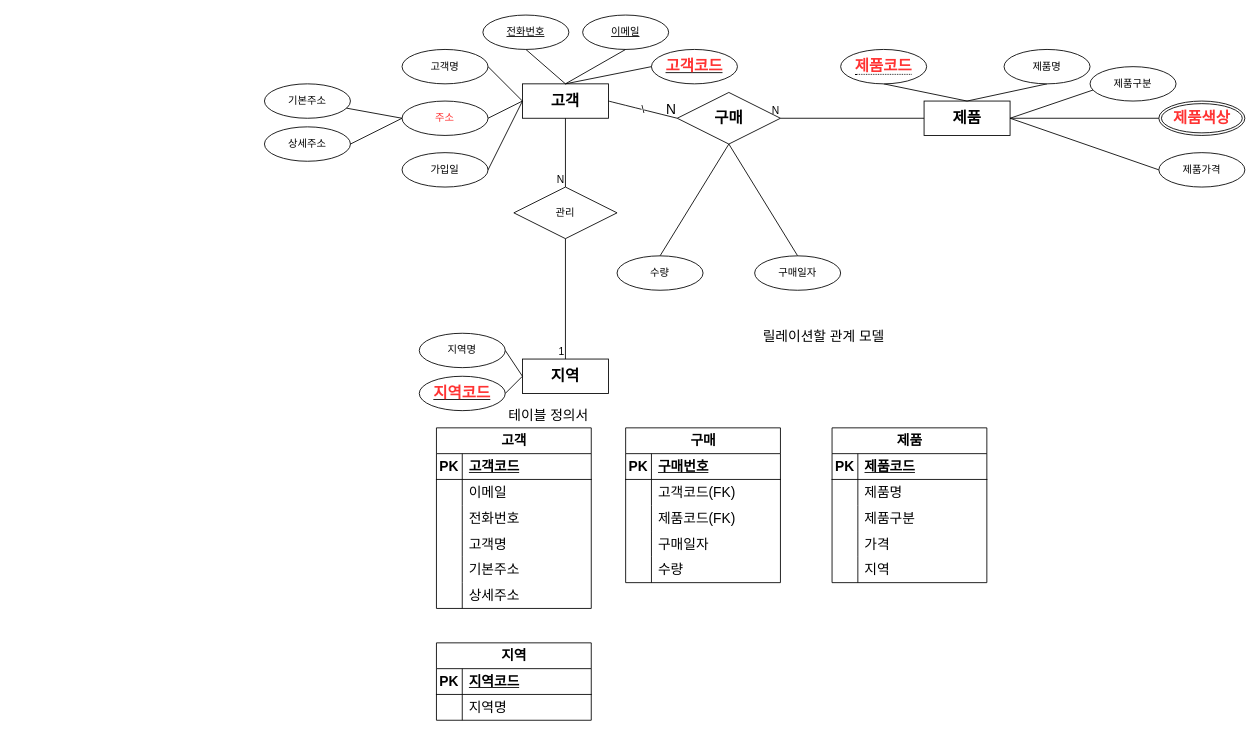
eric5621/jubilant-couscous keeps this draw.io diagram as 제목 없는 다이어그램.drawio. Above is the earlier version. Source tidied: cells renumbered, new cells numbered last; positions are measured from the earlier drawing's top-left corner, leaving out a move shared by most shapes. Both pictures are drawn from the tidied source at 86%, with x=0, y=0 at pixel (264, 15).
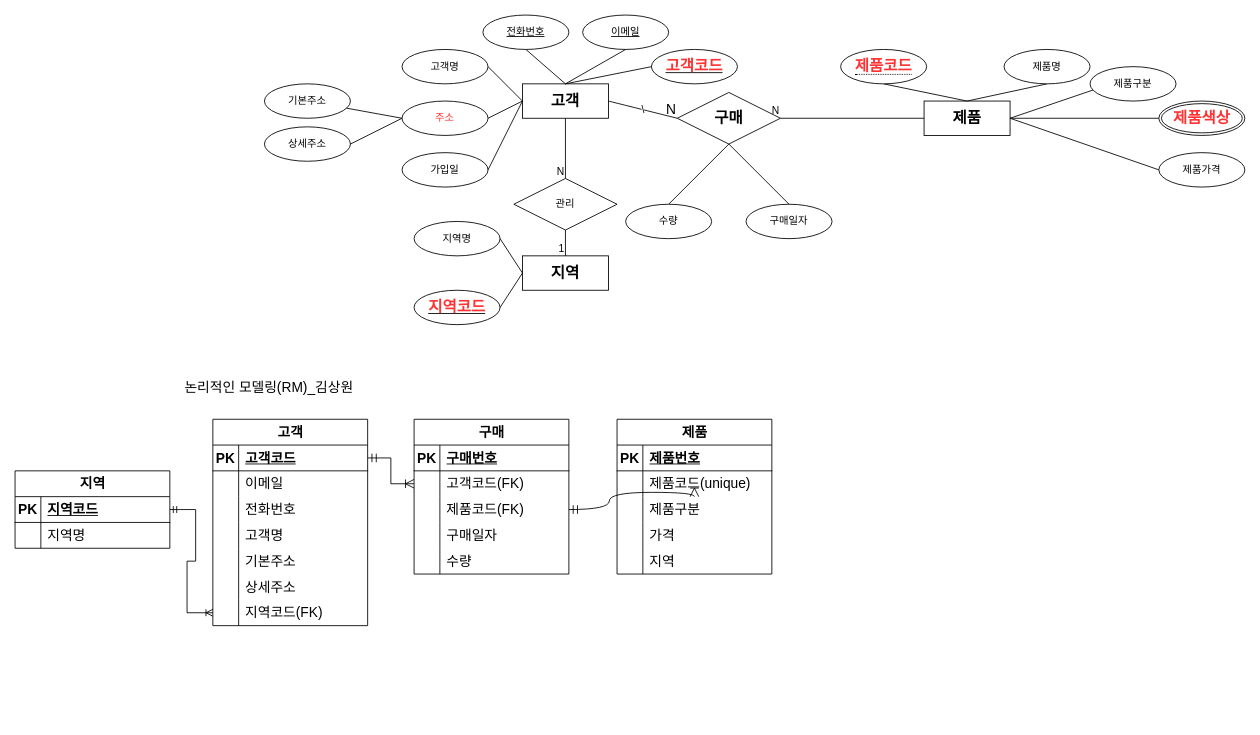
After the change.

Commit message:
제목 없는 다이어그램.drawio 업데이트

The change refers to these unchanged cells:
```xml
<mxCell id="2" value="&lt;font style=&quot;font-size: 18px;&quot;&gt;&lt;b&gt;고객&lt;/b&gt;&lt;/font&gt;" style="whiteSpace=wrap;html=1;align=center;" parent="1" vertex="1">
  <mxGeometry x="300" y="80" width="100" height="40" as="geometry" />
</mxCell>
<mxCell id="39" value="&lt;font style=&quot;font-size: 18px;&quot;&gt;&lt;b&gt;구매&lt;/b&gt;&lt;/font&gt;" style="shape=rhombus;perimeter=rhombusPerimeter;whiteSpace=wrap;html=1;align=center;" parent="1" vertex="1">
  <mxGeometry x="480" y="90" width="120" height="60" as="geometry" />
</mxCell>
<mxCell id="48" style="shape=tableRow;horizontal=0;startSize=0;swimlaneHead=0;swimlaneBody=0;fillColor=none;points=[[0,0.5],[1,0.5]];portConstraint=eastwest;top=0;left=0;right=0;bottom=1;fontSize=16;" parent="47" vertex="1">
  <mxGeometry y="30" width="180" height="30" as="geometry" />
</mxCell>
<mxCell id="69" style="shape=tableRow;horizontal=0;startSize=0;swimlaneHead=0;swimlaneBody=0;fillColor=none;top=0;left=0;right=0;bottom=1;fontSize=16;" parent="68" vertex="1">
  <mxGeometry y="30" width="180" height="30" as="geometry" />
</mxCell>
<mxCell id="72" style="shape=tableRow;horizontal=0;startSize=0;swimlaneHead=0;swimlaneBody=0;fillColor=none;top=0;left=0;right=0;bottom=0;fontSize=16;" parent="68" vertex="1">
  <mxGeometry y="60" width="180" height="30" as="geometry" />
</mxCell>
<mxCell id="75" style="shape=tableRow;horizontal=0;startSize=0;swimlaneHead=0;swimlaneBody=0;fillColor=none;points=[[0,0.5],[1,0.5]];portConstraint=eastwest;top=0;left=0;right=0;bottom=0;fontSize=16;" parent="68" vertex="1">
  <mxGeometry y="90" width="180" height="30" as="geometry" />
</mxCell>
<mxCell id="85" style="shape=tableRow;horizontal=0;startSize=0;swimlaneHead=0;swimlaneBody=0;fillColor=none;points=[[0,0.5],[1,0.5]];portConstraint=eastwest;top=0;left=0;right=0;bottom=1;fontSize=16;" parent="84" vertex="1">
  <mxGeometry y="30" width="180" height="30" as="geometry" />
</mxCell>
<mxCell id="95" style="shape=tableRow;horizontal=0;startSize=0;swimlaneHead=0;swimlaneBody=0;fillColor=none;points=[[0,0.5],[1,0.5]];portConstraint=eastwest;top=0;left=0;right=0;bottom=0;fontSize=16;" parent="91" vertex="1">
  <mxGeometry y="60" width="180" height="30" as="geometry" />
</mxCell>
<mxCell id="98" style="shape=tableRow;horizontal=0;startSize=0;swimlaneHead=0;swimlaneBody=0;fillColor=none;points=[[0,0.5],[1,0.5]];portConstraint=eastwest;top=0;left=0;right=0;bottom=0;fontSize=16;" parent="91" vertex="1">
  <mxGeometry y="90" width="180" height="30" as="geometry" />
</mxCell>
```

What changed in the source:
```diff
@@
     <mxCell id="17" value="&lt;font style=&quot;font-size: 18px;&quot;&gt;&lt;b&gt;지역&lt;/b&gt;&lt;/font&gt;" style="whiteSpace=wrap;html=1;align=center;" parent="1" vertex="1">
-      <mxGeometry x="300" y="400" width="100" height="40" as="geometry" />
+      <mxGeometry x="300" y="280" width="100" height="40" as="geometry" />
     </mxCell>
     <mxCell id="18" value="지역명" style="ellipse;whiteSpace=wrap;html=1;align=center;" parent="1" vertex="1">
-      <mxGeometry x="180" y="370" width="100" height="40" as="geometry" />
+      <mxGeometry x="174" y="240" width="100" height="40" as="geometry" />
     </mxCell>
     <mxCell id="19" value="&lt;font color=&quot;#ff3333&quot; style=&quot;font-size: 18px;&quot;&gt;&lt;b&gt;지역코드&lt;/b&gt;&lt;/font&gt;" style="ellipse;whiteSpace=wrap;html=1;align=center;fontStyle=4;" parent="1" vertex="1">
-      <mxGeometry x="180" y="420" width="100" height="40" as="geometry" />
+      <mxGeometry x="174" y="320" width="100" height="40" as="geometry" />
     </mxCell>
@@
-    <mxCell id="34" style="endArrow=none;html=1;rounded=0;exitX=0.5;exitY=1;exitDx=0;exitDy=0;" parent="1" edge="1" source="2">
-      <mxGeometry relative="1" as="geometry">
-        <mxPoint x="350" y="200" as="targetPoint" />
-      </mxGeometry>
+    <mxCell id="34" style="endArrow=none;html=1;rounded=0;exitX=0.5;exitY=1;exitDx=0;exitDy=0;entryX=0.5;entryY=0;entryDx=0;entryDy=0;" parent="1" edge="1" source="2" target="36">
+      <mxGeometry relative="1" as="geometry" />
     </mxCell>
@@
     <mxCell id="36" value="관리" style="shape=rhombus;perimeter=rhombusPerimeter;whiteSpace=wrap;html=1;align=center;" parent="1" vertex="1">
-      <mxGeometry x="290" y="200" width="120" height="60" as="geometry" />
+      <mxGeometry x="290" y="190" width="120" height="60" as="geometry" />
     </mxCell>
@@
-    <mxCell id="40" style="endArrow=none;html=1;rounded=0;exitX=0.5;exitY=1;exitDx=0;exitDy=0;" parent="1" edge="1" source="39">
-      <mxGeometry relative="1" as="geometry">
-        <mxPoint x="460" y="280" as="targetPoint" />
-      </mxGeometry>
-    </mxCell>
-    <mxCell id="41" value="수량" style="ellipse;whiteSpace=wrap;html=1;align=center;" parent="1" vertex="1">
-      <mxGeometry x="410" y="280" width="100" height="40" as="geometry" />
-    </mxCell>
@@
     <mxCell id="43" value="구매일자" style="ellipse;whiteSpace=wrap;html=1;align=center;" parent="1" vertex="1">
-      <mxGeometry x="570" y="280" width="100" height="40" as="geometry" />
+      <mxGeometry x="560" y="220" width="100" height="40" as="geometry" />
     </mxCell>
@@
     <mxCell id="47" value="고객" style="shape=table;startSize=30;childLayout=tableLayout;rowLines=0;fontStyle=1;align=center;html=1;fontSize=16;" parent="1" vertex="1">
-      <mxGeometry x="200" y="480" width="180" height="210" as="geometry" />
+      <mxGeometry x="-60" y="470" width="180" height="240" as="geometry" />
     </mxCell>
@@
-    <mxCell id="66" value="릴레이션할 관계 모델" style="text;html=1;align=center;verticalAlign=middle;strokeColor=none;fillColor=none;fontSize=16;" parent="1" vertex="1">
-      <mxGeometry x="560" y="358" width="180" height="30" as="geometry" />
-    </mxCell>
-    <mxCell id="67" value="테이블 정의서" style="text;html=1;align=center;verticalAlign=middle;strokeColor=none;fillColor=none;fontSize=16;" parent="1" vertex="1">
-      <mxGeometry x="270" y="450" width="120" height="30" as="geometry" />
-    </mxCell>
+    <mxCell id="109" style="shape=tableRow;horizontal=0;startSize=0;swimlaneHead=0;swimlaneBody=0;fillColor=none;points=[[0,0.5],[1,0.5]];portConstraint=eastwest;top=0;left=0;right=0;bottom=0;fontSize=16;" parent="47" vertex="1">
+      <mxGeometry y="210" width="180" height="30" as="geometry" />
+    </mxCell>
+    <mxCell id="110" style="shape=partialRectangle;fillColor=none;top=0;left=0;bottom=0;right=0;overflow=hidden;whiteSpace=wrap;html=1;fontSize=16;" parent="109" vertex="1">
+      <mxGeometry width="30" height="30" as="geometry" />
+    </mxCell>
+    <mxCell id="111" value="지역코드(FK)" style="shape=partialRectangle;fillColor=none;top=0;left=0;bottom=0;right=0;align=left;spacingLeft=6;overflow=hidden;whiteSpace=wrap;html=1;fontSize=16;" parent="109" vertex="1">
+      <mxGeometry x="30" width="150" height="30" as="geometry" />
+    </mxCell>
     <mxCell id="68" value="제품" style="shape=table;startSize=30;childLayout=tableLayout;rowLines=0;fontStyle=1;align=center;html=1;fontSize=16;" parent="1" vertex="1">
-      <mxGeometry x="660" y="480" width="180" height="180" as="geometry" />
+      <mxGeometry x="410" y="470" width="180" height="180" as="geometry" />
     </mxCell>
@@
-    <mxCell id="71" value="제품코드" style="shape=partialRectangle;fillColor=none;top=0;left=0;bottom=0;right=0;align=left;spacingLeft=6;fontStyle=5;overflow=hidden;whiteSpace=wrap;html=1;fontSize=16;" parent="69" vertex="1">
+    <mxCell id="71" value="제품번호" style="shape=partialRectangle;fillColor=none;top=0;left=0;bottom=0;right=0;align=left;spacingLeft=6;fontStyle=5;overflow=hidden;whiteSpace=wrap;html=1;fontSize=16;" parent="69" vertex="1">
       <mxGeometry x="30" width="150" height="30" as="geometry" />
     </mxCell>
@@
-    <mxCell id="74" value="제품명" style="shape=partialRectangle;fillColor=none;top=0;left=0;bottom=0;right=0;align=left;spacingLeft=6;overflow=hidden;whiteSpace=wrap;html=1;fontSize=16;" parent="72" vertex="1">
+    <mxCell id="74" value="제품코드(unique)" style="shape=partialRectangle;fillColor=none;top=0;left=0;bottom=0;right=0;align=left;spacingLeft=6;overflow=hidden;whiteSpace=wrap;html=1;fontSize=16;" parent="72" vertex="1">
       <mxGeometry x="30" width="150" height="30" as="geometry" />
     </mxCell>
@@
     <mxCell id="84" value="지역" style="shape=table;startSize=30;childLayout=tableLayout;rowLines=0;fontStyle=1;align=center;html=1;fontSize=16;" parent="1" vertex="1">
-      <mxGeometry x="200" y="730" width="180" height="90" as="geometry" />
+      <mxGeometry x="-290" y="530" width="180" height="90" as="geometry" />
     </mxCell>
@@
     <mxCell id="91" value="구매" style="shape=table;startSize=30;childLayout=tableLayout;rowLines=0;fontStyle=1;align=center;html=1;fontSize=16;" parent="1" vertex="1">
-      <mxGeometry x="420" y="480" width="180" height="180" as="geometry" />
+      <mxGeometry x="174" y="470" width="180" height="180" as="geometry" />
     </mxCell>
@@
+    <mxCell id="112" style="edgeStyle=orthogonalEdgeStyle;fontSize=12;html=1;endArrow=ERoneToMany;startArrow=ERmandOne;rounded=0;startSize=8;endSize=8;curved=1;exitX=1;exitY=0.5;exitDx=0;exitDy=0;" parent="1" edge="1" source="98" target="75">
+      <mxGeometry relative="1" as="geometry">
+        <Array as="points">
+          <mxPoint x="401" y="575" />
+          <mxPoint x="401" y="555" />
+        </Array>
+      </mxGeometry>
+    </mxCell>
+    <mxCell id="113" value="논리적인 모델링(RM)_김상원" style="text;html=1;align=center;verticalAlign=middle;strokeColor=none;fillColor=none;fontSize=16;" parent="1" vertex="1">
+      <mxGeometry x="-110" y="418" width="230" height="30" as="geometry" />
+    </mxCell>
+    <mxCell id="114" style="endArrow=none;html=1;rounded=0;exitX=0.5;exitY=1;exitDx=0;exitDy=0;entryX=0.5;entryY=0;entryDx=0;entryDy=0;" parent="1" edge="1" source="39" target="41">
+      <mxGeometry relative="1" as="geometry" />
+    </mxCell>
+    <mxCell id="41" value="수량" style="ellipse;whiteSpace=wrap;html=1;align=center;" parent="1" vertex="1">
+      <mxGeometry x="420" y="220" width="100" height="40" as="geometry" />
+    </mxCell>
+    <mxCell id="115" style="edgeStyle=orthogonalEdgeStyle;fontSize=12;html=1;endArrow=ERoneToMany;startArrow=ERmandOne;rounded=0;startSize=8;endSize=8;exitX=1;exitY=0.5;exitDx=0;exitDy=0;" parent="1" edge="1" source="48" target="95">
+      <mxGeometry relative="1" as="geometry" />
+    </mxCell>
+    <mxCell id="116" style="edgeStyle=entityRelationEdgeStyle;fontSize=12;html=1;endArrow=ERoneToMany;startArrow=ERmandOne;rounded=0;entryX=0;entryY=0.5;entryDx=0;entryDy=0;" parent="1" edge="1" source="85" target="109">
+      <mxGeometry relative="1" as="geometry" />
+    </mxCell>
```
